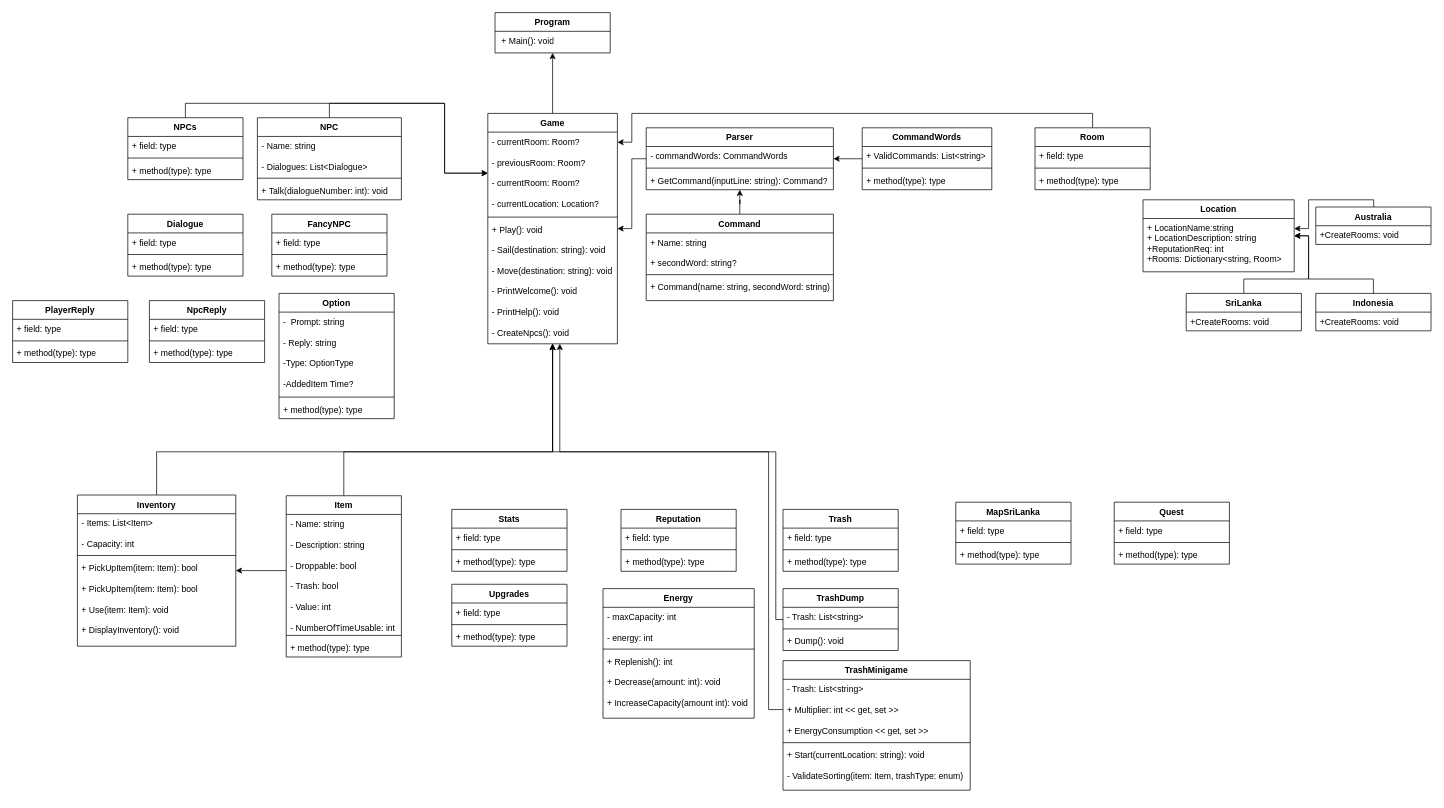
The draw.io diagram UML_Diagram.drawio in eduard-gangan/EcoQuest, before the edit. Source tidied: cells renumbered, new cells numbered last; positions are measured from the earlier drawing's top-left corner, leaving out a move shared by most shapes. Both pictures are drawn from the tidied source at 72%, with x=0, y=0 at pixel (12, 12).
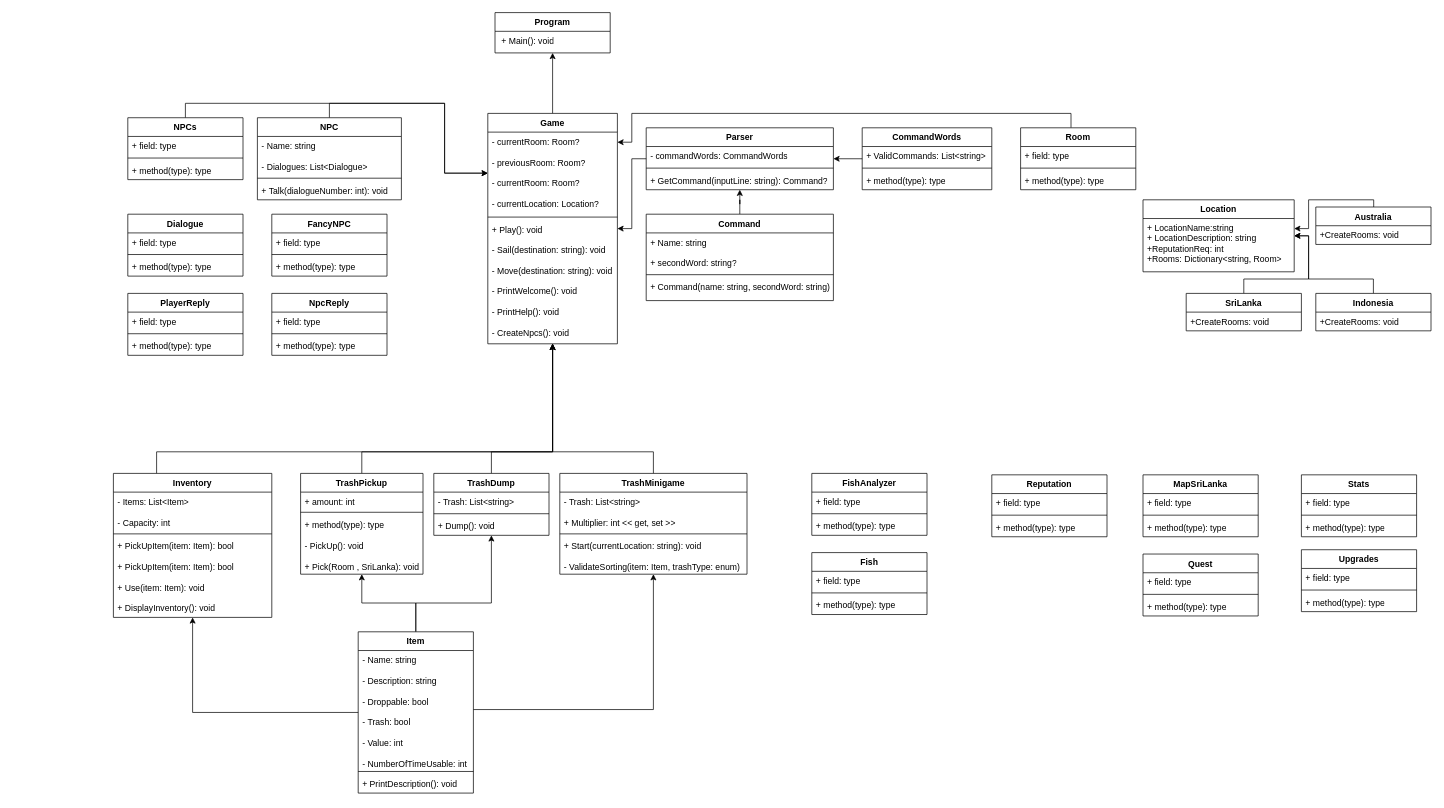
Above is the later version.

Unchanged cells that the change refers to:
```xml
<mxCell id="5" value="Game" style="swimlane;fontStyle=1;align=center;verticalAlign=top;horizontal=1;startSize=26;whiteSpace=wrap;html=1;" parent="1" vertex="1">
  <mxGeometry x="660" y="140" width="180" height="320" as="geometry" />
</mxCell>
<mxCell id="35" value="&lt;font style=&quot;font-size: 12px;&quot;&gt;&lt;span class=&quot;hljs-operator&quot;&gt;-&lt;/span&gt;&amp;nbsp;Name: string&lt;/font&gt;&lt;div&gt;&lt;br&gt;&lt;div&gt;&lt;div&gt;&lt;font style=&quot;font-size: 12px;&quot;&gt;&lt;span class=&quot;hljs-operator&quot;&gt;-&lt;/span&gt;&amp;nbsp;Description: string&lt;/font&gt;&lt;/div&gt;&lt;div&gt;&lt;font style=&quot;font-size: 12px;&quot;&gt;&lt;br&gt;&lt;/font&gt;&lt;/div&gt;&lt;div&gt;&lt;font style=&quot;font-size: 12px;&quot;&gt;&lt;span class=&quot;hljs-operator&quot;&gt;-&lt;/span&gt;&amp;nbsp;Droppable: bool&lt;/font&gt;&lt;/div&gt;&lt;div&gt;&lt;font style=&quot;font-size: 12px;&quot;&gt;&lt;br&gt;&lt;/font&gt;&lt;/div&gt;&lt;div&gt;&lt;font style=&quot;font-size: 12px;&quot;&gt;&lt;span class=&quot;hljs-operator&quot;&gt;-&lt;/span&gt;&amp;nbsp;Trash: bool&lt;/font&gt;&lt;/div&gt;&lt;div&gt;&lt;font style=&quot;font-size: 12px;&quot;&gt;&lt;br&gt;&lt;/font&gt;&lt;/div&gt;&lt;div&gt;&lt;font style=&quot;font-size: 12px;&quot;&gt;&lt;span class=&quot;hljs-operator&quot;&gt;-&lt;/span&gt;&amp;nbsp;&lt;span class=&quot;hljs-keyword&quot;&gt;Value&lt;/span&gt;:&amp;nbsp;&lt;span class=&quot;hljs-type&quot;&gt;int&lt;/span&gt;&lt;/font&gt;&lt;/div&gt;&lt;div&gt;&lt;font style=&quot;font-size: 12px;&quot;&gt;&lt;span class=&quot;hljs-type&quot;&gt;&lt;br&gt;&lt;/span&gt;&lt;/font&gt;&lt;/div&gt;&lt;div&gt;&lt;span class=&quot;hljs-type&quot;&gt;&lt;font style=&quot;font-size: 12px;&quot;&gt;&lt;span class=&quot;hljs-operator&quot;&gt;-&lt;/span&gt;&amp;nbsp;NumberOfTimeUsable:&amp;nbsp;&lt;span class=&quot;hljs-type&quot;&gt;int&lt;/span&gt;&lt;/font&gt;&lt;/span&gt;&lt;/div&gt;&lt;/div&gt;&lt;/div&gt;" style="text;strokeColor=none;fillColor=none;align=left;verticalAlign=top;spacingLeft=4;spacingRight=4;overflow=hidden;points=[[0,0.5],[1,0.5]];portConstraint=eastwest;whiteSpace=wrap;html=1;" parent="34" vertex="1">
  <mxGeometry y="26" width="160" height="164" as="geometry" />
</mxCell>
```

Diff of the diagram source:
```diff
@@
-    <mxCell id="24" value="Option" style="swimlane;fontStyle=1;align=center;verticalAlign=top;horizontal=1;startSize=26;whiteSpace=wrap;html=1;" parent="1" vertex="1">
-      <mxGeometry x="370" y="390" width="160" height="174" as="geometry" />
-    </mxCell>
-    <mxCell id="25" value="-&amp;nbsp; Prompt: string&lt;div&gt;&lt;br&gt;&lt;/div&gt;&lt;div&gt;- Reply: string&lt;/div&gt;&lt;div&gt;&lt;br&gt;&lt;/div&gt;&lt;div&gt;-Type: OptionType&lt;/div&gt;&lt;div&gt;&lt;br&gt;&lt;/div&gt;&lt;div&gt;-AddedItem Time?&lt;/div&gt;&lt;div&gt;&lt;br&gt;&lt;/div&gt;" style="text;strokeColor=none;fillColor=none;align=left;verticalAlign=top;spacingLeft=4;spacingRight=4;overflow=hidden;whiteSpace=wrap;html=1;" parent="24" vertex="1">
-      <mxGeometry y="26" width="160" height="114" as="geometry" />
-    </mxCell>
-    <mxCell id="26" style="line;strokeWidth=1;fillColor=none;align=left;verticalAlign=middle;spacingTop=-1;spacingLeft=3;spacingRight=3;labelPosition=right;strokeColor=inherit;" parent="24" vertex="1">
-      <mxGeometry y="140" width="160" height="8" as="geometry" />
-    </mxCell>
-    <mxCell id="27" value="+ method(type): type" style="text;strokeColor=none;fillColor=none;align=left;verticalAlign=top;spacingLeft=4;spacingRight=4;overflow=hidden;whiteSpace=wrap;html=1;" parent="24" vertex="1">
-      <mxGeometry y="148" width="160" height="26" as="geometry" />
-    </mxCell>
@@
     <mxCell id="29" value="Inventory" style="swimlane;fontStyle=1;align=center;verticalAlign=top;horizontal=1;startSize=26;whiteSpace=wrap;html=1;" parent="1" vertex="1">
-      <mxGeometry x="90" y="670" width="220" height="210" as="geometry" />
+      <mxGeometry x="140" y="640" width="220" height="200" as="geometry" />
     </mxCell>
@@
     <mxCell id="32" value="&lt;div&gt;+ PickUpItem(item: Item): bool&lt;/div&gt;&lt;div&gt;&lt;br&gt;&lt;/div&gt;&lt;div&gt;+ PickUpItem(item: Item): bool&lt;/div&gt;&lt;div&gt;&lt;br&gt;&lt;/div&gt;&lt;div&gt;&lt;span class=&quot;hljs-operator&quot;&gt;+&lt;/span&gt;&amp;nbsp;Use(item: Item): void&lt;/div&gt;&lt;div&gt;&lt;br&gt;&lt;/div&gt;&lt;div&gt;&lt;span class=&quot;hljs-operator&quot;&gt;+&lt;/span&gt;&amp;nbsp;DisplayInventory(): void&amp;nbsp;&lt;/div&gt;" style="text;strokeColor=none;fillColor=none;align=left;verticalAlign=top;spacingLeft=4;spacingRight=4;overflow=hidden;whiteSpace=wrap;html=1;" parent="29" vertex="1">
-      <mxGeometry y="88" width="220" height="122" as="geometry" />
+      <mxGeometry y="88" width="220" height="112" as="geometry" />
     </mxCell>
-    <mxCell id="33" style="edgeStyle=orthogonalEdgeStyle;rounded=0;jettySize=auto;html=1;" parent="1" edge="1" source="34" target="5">
-      <mxGeometry relative="1" as="geometry">
-        <Array as="points">
-          <mxPoint x="460" y="610" />
-          <mxPoint x="750" y="610" />
-        </Array>
-      </mxGeometry>
-    </mxCell>
+    <mxCell id="120" style="edgeStyle=orthogonalEdgeStyle;rounded=0;jettySize=auto;html=1;" parent="1" edge="1" source="34" target="85">
+      <mxGeometry relative="1" as="geometry" />
+    </mxCell>
+    <mxCell id="121" style="edgeStyle=orthogonalEdgeStyle;rounded=0;jettySize=auto;html=1;" parent="1" edge="1" source="34" target="29">
+      <mxGeometry relative="1" as="geometry" />
+    </mxCell>
+    <mxCell id="122" style="edgeStyle=orthogonalEdgeStyle;rounded=0;jettySize=auto;html=1;" parent="1" edge="1" source="34" target="90">
+      <mxGeometry relative="1" as="geometry">
+        <Array as="points">
+          <mxPoint x="560" y="820" />
+          <mxPoint x="665" y="820" />
+        </Array>
+      </mxGeometry>
+    </mxCell>
     <mxCell id="34" value="Item" style="swimlane;fontStyle=1;align=center;verticalAlign=top;horizontal=1;startSize=26;whiteSpace=wrap;html=1;" parent="1" vertex="1">
-      <mxGeometry x="380" y="671" width="160" height="224" as="geometry" />
+      <mxGeometry x="480" y="860" width="160" height="224" as="geometry" />
     </mxCell>
@@
-    <mxCell id="37" value="+ method(type): type" style="text;strokeColor=none;fillColor=none;align=left;verticalAlign=top;spacingLeft=4;spacingRight=4;overflow=hidden;whiteSpace=wrap;html=1;" parent="34" vertex="1">
+    <mxCell id="37" value="+ PrintDescription(): void" style="text;strokeColor=none;fillColor=none;align=left;verticalAlign=top;spacingLeft=4;spacingRight=4;overflow=hidden;whiteSpace=wrap;html=1;" parent="34" vertex="1">
       <mxGeometry y="198" width="160" height="26" as="geometry" />
     </mxCell>
@@
-    <mxCell id="51" value="Energy" style="swimlane;fontStyle=1;align=center;verticalAlign=top;horizontal=1;startSize=26;whiteSpace=wrap;html=1;" parent="1" vertex="1">
-      <mxGeometry x="820" y="800" width="210" height="180" as="geometry" />
-    </mxCell>
-    <mxCell id="52" value="- maxCapacity: int&lt;div&gt;&lt;br&gt;&lt;div&gt;- energy: int&lt;/div&gt;&lt;/div&gt;" style="text;strokeColor=none;fillColor=none;align=left;verticalAlign=top;spacingLeft=4;spacingRight=4;overflow=hidden;whiteSpace=wrap;html=1;" parent="51" vertex="1">
-      <mxGeometry y="26" width="210" height="54" as="geometry" />
-    </mxCell>
-    <mxCell id="53" style="line;strokeWidth=1;fillColor=none;align=left;verticalAlign=middle;spacingTop=-1;spacingLeft=3;spacingRight=3;labelPosition=right;strokeColor=inherit;" parent="51" vertex="1">
-      <mxGeometry y="80" width="210" height="8" as="geometry" />
-    </mxCell>
-    <mxCell id="54" value="+ Replenish(): int&lt;div&gt;&lt;br&gt;&lt;/div&gt;&lt;div&gt;+ Decrease(amount: int): void&lt;/div&gt;&lt;div&gt;&lt;br&gt;&lt;/div&gt;&lt;div&gt;+ IncreaseCapacity(amount int): void&lt;/div&gt;" style="text;strokeColor=none;fillColor=none;align=left;verticalAlign=top;spacingLeft=4;spacingRight=4;overflow=hidden;whiteSpace=wrap;html=1;" parent="51" vertex="1">
-      <mxGeometry y="88" width="210" height="92" as="geometry" />
-    </mxCell>
     <mxCell id="55" value="Reputation" style="swimlane;fontStyle=1;align=center;verticalAlign=top;horizontal=1;startSize=26;whiteSpace=wrap;html=1;" parent="1" vertex="1">
-      <mxGeometry x="845" y="690" width="160" height="86" as="geometry" />
+      <mxGeometry x="1360" y="642" width="160" height="86" as="geometry" />
     </mxCell>
@@
     <mxCell id="59" value="NpcReply" style="swimlane;fontStyle=1;align=center;verticalAlign=top;horizontal=1;startSize=26;whiteSpace=wrap;html=1;" parent="1" vertex="1">
-      <mxGeometry x="190" y="400" width="160" height="86" as="geometry" />
+      <mxGeometry x="360" y="390" width="160" height="86" as="geometry" />
     </mxCell>
@@
     <mxCell id="63" value="PlayerReply" style="swimlane;fontStyle=1;align=center;verticalAlign=top;horizontal=1;startSize=26;whiteSpace=wrap;html=1;" parent="1" vertex="1">
-      <mxGeometry y="400" width="160" height="86" as="geometry" />
+      <mxGeometry x="160" y="390" width="160" height="86" as="geometry" />
     </mxCell>
@@
     <mxCell id="67" value="Quest" style="swimlane;fontStyle=1;align=center;verticalAlign=top;horizontal=1;startSize=26;whiteSpace=wrap;html=1;" parent="1" vertex="1">
-      <mxGeometry x="1530" y="680" width="160" height="86" as="geometry" />
+      <mxGeometry x="1570" y="752" width="160" height="86" as="geometry" />
     </mxCell>
@@
     <mxCell id="71" style="edgeStyle=orthogonalEdgeStyle;rounded=0;jettySize=auto;html=1;" parent="1" edge="1" source="72" target="5">
       <mxGeometry relative="1" as="geometry">
         <Array as="points">
-          <mxPoint x="1500" y="140" />
+          <mxPoint x="1470" y="140" />
           <mxPoint x="860" y="140" />
           <mxPoint x="860" y="180" />
         </Array>
       </mxGeometry>
     </mxCell>
     <mxCell id="72" value="Room" style="swimlane;fontStyle=1;align=center;verticalAlign=top;horizontal=1;startSize=26;whiteSpace=wrap;html=1;" parent="1" vertex="1">
-      <mxGeometry x="1420" y="160" width="160" height="86" as="geometry" />
+      <mxGeometry x="1400" y="160" width="160" height="86" as="geometry" />
     </mxCell>
@@
     <mxCell id="81" value="MapSriLanka" style="swimlane;fontStyle=1;align=center;verticalAlign=top;horizontal=1;startSize=26;whiteSpace=wrap;html=1;" parent="1" vertex="1">
-      <mxGeometry x="1310" y="680" width="160" height="86" as="geometry" />
+      <mxGeometry x="1570" y="642" width="160" height="86" as="geometry" />
     </mxCell>
@@
+    <mxCell id="123" style="edgeStyle=orthogonalEdgeStyle;rounded=0;jettySize=auto;html=1;" parent="1" edge="1" source="85" target="5">
+      <mxGeometry relative="1" as="geometry">
+        <Array as="points">
+          <mxPoint x="485" y="610" />
+          <mxPoint x="750" y="610" />
+        </Array>
+      </mxGeometry>
+    </mxCell>
-    <mxCell id="85" value="Trash" style="swimlane;fontStyle=1;align=center;verticalAlign=top;horizontal=1;startSize=26;whiteSpace=wrap;html=1;" parent="1" vertex="1">
-      <mxGeometry x="1070" y="690" width="160" height="86" as="geometry" />
+    <mxCell id="85" value="TrashPickup" style="swimlane;fontStyle=1;align=center;verticalAlign=top;horizontal=1;startSize=26;whiteSpace=wrap;html=1;" parent="1" vertex="1">
+      <mxGeometry x="400" y="640" width="170" height="140" as="geometry" />
     </mxCell>
-    <mxCell id="86" value="+ field: type" style="text;strokeColor=none;fillColor=none;align=left;verticalAlign=top;spacingLeft=4;spacingRight=4;overflow=hidden;whiteSpace=wrap;html=1;" parent="85" vertex="1">
-      <mxGeometry y="26" width="160" height="26" as="geometry" />
+    <mxCell id="86" value="&lt;div&gt;+ amount: int&lt;br&gt;&lt;/div&gt;" style="text;strokeColor=none;fillColor=none;align=left;verticalAlign=top;spacingLeft=4;spacingRight=4;overflow=hidden;whiteSpace=wrap;html=1;" parent="85" vertex="1">
+      <mxGeometry y="26" width="170" height="24" as="geometry" />
     </mxCell>
     <mxCell id="87" style="line;strokeWidth=1;fillColor=none;align=left;verticalAlign=middle;spacingTop=-1;spacingLeft=3;spacingRight=3;labelPosition=right;strokeColor=inherit;" parent="85" vertex="1">
-      <mxGeometry y="52" width="160" height="8" as="geometry" />
+      <mxGeometry y="50" width="170" height="8" as="geometry" />
     </mxCell>
-    <mxCell id="88" value="+ method(type): type" style="text;strokeColor=none;fillColor=none;align=left;verticalAlign=top;spacingLeft=4;spacingRight=4;overflow=hidden;whiteSpace=wrap;html=1;" parent="85" vertex="1">
-      <mxGeometry y="60" width="160" height="26" as="geometry" />
+    <mxCell id="88" value="+ method(type): type&lt;div&gt;&lt;br&gt;&lt;div&gt;- PickUp(): void&lt;/div&gt;&lt;div&gt;&lt;br&gt;&lt;/div&gt;&lt;div&gt;+ Pick(Room , SriLanka): void&lt;/div&gt;&lt;/div&gt;" style="text;strokeColor=none;fillColor=none;align=left;verticalAlign=top;spacingLeft=4;spacingRight=4;overflow=hidden;whiteSpace=wrap;html=1;" parent="85" vertex="1">
+      <mxGeometry y="58" width="170" height="82" as="geometry" />
     </mxCell>
     <mxCell id="89" style="edgeStyle=orthogonalEdgeStyle;rounded=0;jettySize=auto;html=1;" parent="1" edge="1" source="90" target="5">
       <mxGeometry relative="1" as="geometry">
         <Array as="points">
-          <mxPoint x="1060" y="843" />
-          <mxPoint x="1060" y="610" />
+          <mxPoint x="665" y="610" />
           <mxPoint x="750" y="610" />
         </Array>
       </mxGeometry>
     </mxCell>
     <mxCell id="90" value="TrashDump" style="swimlane;fontStyle=1;align=center;verticalAlign=top;horizontal=1;startSize=26;whiteSpace=wrap;html=1;" parent="1" vertex="1">
-      <mxGeometry x="1070" y="800" width="160" height="86" as="geometry" />
+      <mxGeometry x="585" y="640" width="160" height="86" as="geometry" />
     </mxCell>
@@
+    <mxCell id="124" style="edgeStyle=orthogonalEdgeStyle;rounded=0;jettySize=auto;html=1;" parent="1" edge="1" source="94" target="5">
+      <mxGeometry relative="1" as="geometry">
+        <Array as="points">
+          <mxPoint x="890" y="610" />
+          <mxPoint x="750" y="610" />
+        </Array>
+      </mxGeometry>
+    </mxCell>
     <mxCell id="94" value="TrashMinigame" style="swimlane;fontStyle=1;align=center;verticalAlign=top;horizontal=1;startSize=26;whiteSpace=wrap;html=1;" parent="1" vertex="1">
-      <mxGeometry x="1070" y="900" width="260" height="180" as="geometry" />
+      <mxGeometry x="760" y="640" width="260" height="140" as="geometry" />
     </mxCell>
-    <mxCell id="95" value="- Trash: List&amp;lt;string&amp;gt;&lt;div&gt;&lt;br&gt;&lt;/div&gt;&lt;div&gt;+ Multiplier: int &amp;lt;&amp;lt; get, set &amp;gt;&amp;gt;&lt;/div&gt;&lt;div&gt;&lt;br&gt;&lt;/div&gt;&lt;div&gt;+ EnergyConsumption &amp;lt;&amp;lt; get, set &amp;gt;&amp;gt;&lt;/div&gt;" style="text;strokeColor=none;fillColor=none;align=left;verticalAlign=top;spacingLeft=4;spacingRight=4;overflow=hidden;points=[[0,0.5],[1,0.5]];portConstraint=eastwest;whiteSpace=wrap;html=1;" parent="94" vertex="1">
-      <mxGeometry y="26" width="260" height="84" as="geometry" />
+    <mxCell id="95" value="- Trash: List&amp;lt;string&amp;gt;&lt;div&gt;&lt;br&gt;&lt;/div&gt;&lt;div&gt;+ Multiplier: int &amp;lt;&amp;lt; get, set &amp;gt;&amp;gt;&lt;/div&gt;" style="text;strokeColor=none;fillColor=none;align=left;verticalAlign=top;spacingLeft=4;spacingRight=4;overflow=hidden;points=[[0,0.5],[1,0.5]];portConstraint=eastwest;whiteSpace=wrap;html=1;" parent="94" vertex="1">
+      <mxGeometry y="26" width="260" height="54" as="geometry" />
     </mxCell>
     <mxCell id="96" style="line;strokeWidth=1;fillColor=none;align=left;verticalAlign=middle;spacingTop=-1;spacingLeft=3;spacingRight=3;labelPosition=right;strokeColor=inherit;" parent="94" vertex="1">
-      <mxGeometry y="110" width="260" height="8" as="geometry" />
+      <mxGeometry y="80" width="260" height="8" as="geometry" />
     </mxCell>
     <mxCell id="97" value="+ Start(currentLocation: string): void&lt;div&gt;&lt;br&gt;&lt;/div&gt;&lt;div&gt;- ValidateSorting(item: Item, trashType: enum)&lt;/div&gt;" style="text;strokeColor=none;fillColor=none;align=left;verticalAlign=top;spacingLeft=4;spacingRight=4;overflow=hidden;whiteSpace=wrap;html=1;" parent="94" vertex="1">
-      <mxGeometry y="118" width="260" height="62" as="geometry" />
+      <mxGeometry y="88" width="260" height="52" as="geometry" />
     </mxCell>
     <mxCell id="98" value="Upgrades" style="swimlane;fontStyle=1;align=center;verticalAlign=top;horizontal=1;startSize=26;whiteSpace=wrap;html=1;" parent="1" vertex="1">
-      <mxGeometry x="610" y="794" width="160" height="86" as="geometry" />
+      <mxGeometry x="1790" y="746" width="160" height="86" as="geometry" />
     </mxCell>
@@
     <mxCell id="102" value="Stats" style="swimlane;fontStyle=1;align=center;verticalAlign=top;horizontal=1;startSize=26;whiteSpace=wrap;html=1;" parent="1" vertex="1">
-      <mxGeometry x="610" y="690" width="160" height="86" as="geometry" />
+      <mxGeometry x="1790" y="642" width="160" height="86" as="geometry" />
     </mxCell>
@@
-    <mxCell id="118" style="edgeStyle=orthogonalEdgeStyle;rounded=0;jettySize=auto;html=1;" parent="1" edge="1" source="35" target="29">
-      <mxGeometry relative="1" as="geometry">
-        <Array as="points">
-          <mxPoint x="360" y="775" />
-          <mxPoint x="360" y="775" />
-        </Array>
-      </mxGeometry>
-    </mxCell>
-    <mxCell id="119" style="edgeStyle=orthogonalEdgeStyle;rounded=0;jettySize=auto;html=1;" parent="1" edge="1" source="95" target="5">
-      <mxGeometry relative="1" as="geometry">
-        <Array as="points">
-          <mxPoint x="1050" y="968" />
-          <mxPoint x="1050" y="610" />
-          <mxPoint x="760" y="610" />
-        </Array>
-      </mxGeometry>
-    </mxCell>
+    <mxCell id="125" style="edgeStyle=orthogonalEdgeStyle;rounded=0;jettySize=auto;html=1;" parent="1" edge="1" source="35" target="94">
+      <mxGeometry relative="1" as="geometry" />
+    </mxCell>
+    <mxCell id="126" value="FishAnalyzer" style="swimlane;fontStyle=1;align=center;verticalAlign=top;horizontal=1;startSize=26;whiteSpace=wrap;html=1;" parent="1" vertex="1">
+      <mxGeometry x="1110" y="640" width="160" height="86" as="geometry" />
+    </mxCell>
+    <mxCell id="127" value="+ field: type" style="text;strokeColor=none;fillColor=none;align=left;verticalAlign=top;spacingLeft=4;spacingRight=4;overflow=hidden;whiteSpace=wrap;html=1;" parent="126" vertex="1">
+      <mxGeometry y="26" width="160" height="26" as="geometry" />
+    </mxCell>
+    <mxCell id="128" style="line;strokeWidth=1;fillColor=none;align=left;verticalAlign=middle;spacingTop=-1;spacingLeft=3;spacingRight=3;labelPosition=right;strokeColor=inherit;" parent="126" vertex="1">
+      <mxGeometry y="52" width="160" height="8" as="geometry" />
+    </mxCell>
+    <mxCell id="129" value="+ method(type): type" style="text;strokeColor=none;fillColor=none;align=left;verticalAlign=top;spacingLeft=4;spacingRight=4;overflow=hidden;whiteSpace=wrap;html=1;" parent="126" vertex="1">
+      <mxGeometry y="60" width="160" height="26" as="geometry" />
+    </mxCell>
+    <mxCell id="130" value="Fish" style="swimlane;fontStyle=1;align=center;verticalAlign=top;horizontal=1;startSize=26;whiteSpace=wrap;html=1;" parent="1" vertex="1">
+      <mxGeometry x="1110" y="750" width="160" height="86" as="geometry" />
+    </mxCell>
+    <mxCell id="131" value="+ field: type" style="text;strokeColor=none;fillColor=none;align=left;verticalAlign=top;spacingLeft=4;spacingRight=4;overflow=hidden;whiteSpace=wrap;html=1;" parent="130" vertex="1">
+      <mxGeometry y="26" width="160" height="26" as="geometry" />
+    </mxCell>
+    <mxCell id="132" style="line;strokeWidth=1;fillColor=none;align=left;verticalAlign=middle;spacingTop=-1;spacingLeft=3;spacingRight=3;labelPosition=right;strokeColor=inherit;" parent="130" vertex="1">
+      <mxGeometry y="52" width="160" height="8" as="geometry" />
+    </mxCell>
+    <mxCell id="133" value="+ method(type): type" style="text;strokeColor=none;fillColor=none;align=left;verticalAlign=top;spacingLeft=4;spacingRight=4;overflow=hidden;whiteSpace=wrap;html=1;" parent="130" vertex="1">
+      <mxGeometry y="60" width="160" height="26" as="geometry" />
+    </mxCell>
```
